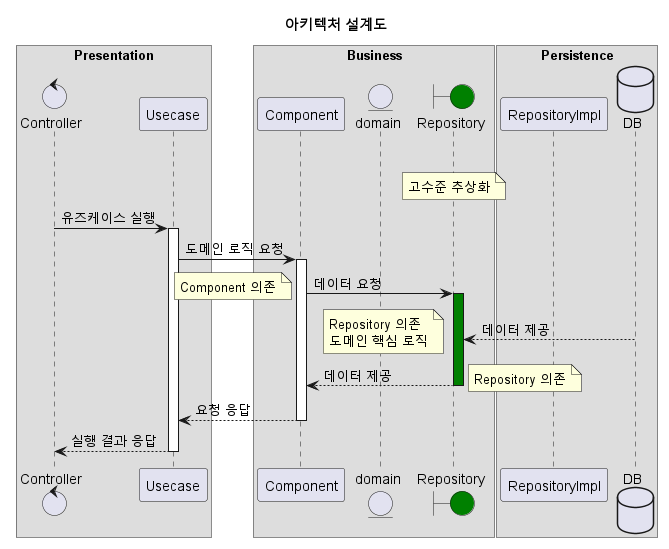
Above: docs/architecture.png in johnowlee/concert-booking (PlantUML), before the change. Source of this version:
```plantuml
@startuml

autoactivate on

title 아키텍처 설계도
break

box "Presentation"
control Controller as controller
participant Usecase as usecase
end box

box "Business"
participant Component as component
entity domain as domain
boundary Repository as repo #green
note over repo: 고수준 추상화
end box


box "Persistence"
participant RepositoryImpl as repoImpl
database DB as db
end box

controller -> usecase : 유즈케이스 실행
usecase -> component : 도메인 로직 요청


component -> repo : 데이터 요청
activate repo #green
note bottom
Component 의존
end note

db --> repo : 데이터 제공

note left
Repository 의존
도메인 핵심 로직
end note

repo --> component : 데이터 제공
deactivate repo


note right
Repository 의존
end note

component --> usecase : 요청 응답
usecase --> controller : 실행 결과 응답

@enduml
```
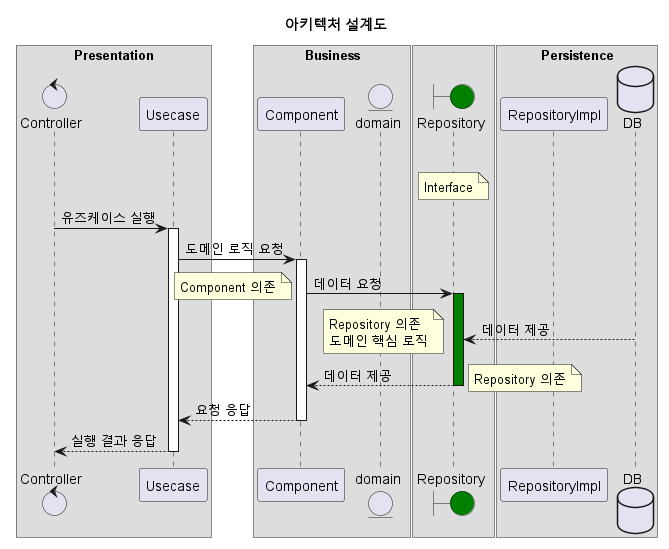
Above is the later version.

Commit message:
:memo: update architecture blueprint

Change to the diagram source:
```diff
@@ -13,10 +13,12 @@
 box "Business"
 participant Component as component
 entity domain as domain
+
+box
 boundary Repository as repo #green
-note over repo: 고수준 추상화
+note over repo: Interface
+
 end box
-
 
 box "Persistence"
 participant RepositoryImpl as repoImpl
```
